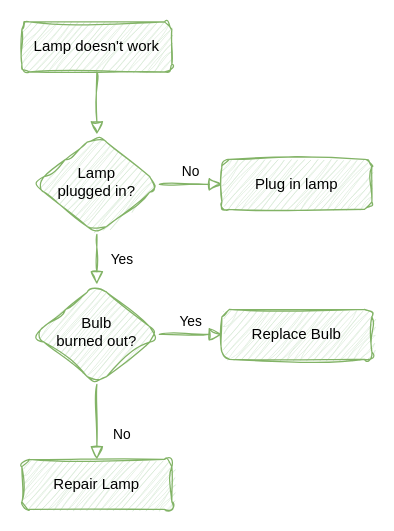
mjg2091864671/my-flow-chart keeps this draw.io diagram as 未命名绘图.drawio. Above is the earlier version. Source tidied: cells renumbered, new cells numbered last; positions are measured from the earlier drawing's top-left corner, leaving out a move shared by most shapes. Both pictures are drawn from the tidied source at 125%, with x=0, y=0 at pixel (21, 21).
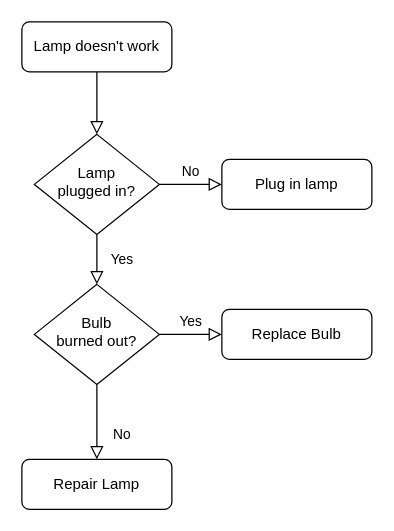
The same page after the edit.

Commit message:
已添加 未命名绘图.drawio

Diff of the diagram source:
```diff
@@
 <mxGraphModel>
   <root>
     <mxCell id="0" />
     <mxCell id="1" parent="0" />
-    <mxCell id="2" style="rounded=1;html=1;jettySize=auto;fontSize=11;endArrow=block;endFill=0;endSize=8;strokeWidth=1;shadow=0;labelBackgroundColor=none;edgeStyle=orthogonalEdgeStyle;fillColor=#d5e8d4;strokeColor=#82b366;sketch=1;curveFitting=1;jiggle=2;" parent="1" edge="1" source="3" target="6">
+    <mxCell id="2" style="rounded=0;html=1;jettySize=auto;fontSize=11;endArrow=block;endFill=0;endSize=8;strokeWidth=1;shadow=0;labelBackgroundColor=none;edgeStyle=orthogonalEdgeStyle;" parent="1" edge="1" source="3" target="6">
       <mxGeometry relative="1" as="geometry" />
     </mxCell>
-    <mxCell id="3" value="Lamp doesn't work" style="rounded=1;whiteSpace=wrap;html=1;fontSize=12;glass=0;strokeWidth=1;shadow=0;fillColor=#d5e8d4;strokeColor=#82b366;sketch=1;curveFitting=1;jiggle=2;" parent="1" vertex="1">
+    <mxCell id="3" value="Lamp doesn't work" style="rounded=1;whiteSpace=wrap;html=1;fontSize=12;glass=0;strokeWidth=1;shadow=0;" parent="1" vertex="1">
       <mxGeometry width="120" height="40" as="geometry" />
     </mxCell>
-    <mxCell id="4" value="Yes" style="rounded=1;html=1;jettySize=auto;fontSize=11;endArrow=block;endFill=0;endSize=8;strokeWidth=1;shadow=0;labelBackgroundColor=none;edgeStyle=orthogonalEdgeStyle;fillColor=#d5e8d4;strokeColor=#82b366;sketch=1;curveFitting=1;jiggle=2;" parent="1" edge="1" source="6" target="10">
+    <mxCell id="4" value="Yes" style="rounded=0;html=1;jettySize=auto;fontSize=11;endArrow=block;endFill=0;endSize=8;strokeWidth=1;shadow=0;labelBackgroundColor=none;edgeStyle=orthogonalEdgeStyle;" parent="1" edge="1" source="6" target="10">
       <mxGeometry y="20" relative="1" as="geometry" />
     </mxCell>
-    <mxCell id="5" value="No" style="edgeStyle=orthogonalEdgeStyle;rounded=1;html=1;jettySize=auto;fontSize=11;endArrow=block;endFill=0;endSize=8;strokeWidth=1;shadow=0;labelBackgroundColor=none;fillColor=#d5e8d4;strokeColor=#82b366;sketch=1;curveFitting=1;jiggle=2;" parent="1" edge="1" source="6" target="7">
+    <mxCell id="5" value="No" style="edgeStyle=orthogonalEdgeStyle;rounded=0;html=1;jettySize=auto;fontSize=11;endArrow=block;endFill=0;endSize=8;strokeWidth=1;shadow=0;labelBackgroundColor=none;" parent="1" edge="1" source="6" target="7">
       <mxGeometry y="10" relative="1" as="geometry" />
     </mxCell>
-    <mxCell id="6" value="Lamp&lt;br&gt;plugged in?" style="rhombus;whiteSpace=wrap;html=1;shadow=0;fontFamily=Helvetica;fontSize=12;align=center;strokeWidth=1;spacing=6;spacingTop=-4;fillColor=#d5e8d4;strokeColor=#82b366;sketch=1;curveFitting=1;jiggle=2;rounded=1;" parent="1" vertex="1">
+    <mxCell id="6" value="Lamp&lt;br&gt;plugged in?" style="rhombus;whiteSpace=wrap;html=1;shadow=0;fontFamily=Helvetica;fontSize=12;align=center;strokeWidth=1;spacing=6;spacingTop=-4;" parent="1" vertex="1">
       <mxGeometry x="10" y="90" width="100" height="80" as="geometry" />
     </mxCell>
-    <mxCell id="7" value="Plug in lamp" style="rounded=1;whiteSpace=wrap;html=1;fontSize=12;glass=0;strokeWidth=1;shadow=0;fillColor=#d5e8d4;strokeColor=#82b366;sketch=1;curveFitting=1;jiggle=2;" parent="1" vertex="1">
+    <mxCell id="7" value="Plug in lamp" style="rounded=1;whiteSpace=wrap;html=1;fontSize=12;glass=0;strokeWidth=1;shadow=0;" parent="1" vertex="1">
       <mxGeometry x="160" y="110" width="120" height="40" as="geometry" />
     </mxCell>
-    <mxCell id="8" value="No" style="rounded=1;html=1;jettySize=auto;fontSize=11;endArrow=block;endFill=0;endSize=8;strokeWidth=1;shadow=0;labelBackgroundColor=none;edgeStyle=orthogonalEdgeStyle;fillColor=#d5e8d4;strokeColor=#82b366;sketch=1;curveFitting=1;jiggle=2;" parent="1" edge="1" source="10" target="11">
+    <mxCell id="8" value="No" style="rounded=0;html=1;jettySize=auto;fontSize=11;endArrow=block;endFill=0;endSize=8;strokeWidth=1;shadow=0;labelBackgroundColor=none;edgeStyle=orthogonalEdgeStyle;" parent="1" edge="1" source="10" target="11">
       <mxGeometry x="0.33" y="20" relative="1" as="geometry" />
     </mxCell>
-    <mxCell id="9" value="Yes" style="edgeStyle=orthogonalEdgeStyle;rounded=1;html=1;jettySize=auto;fontSize=11;endArrow=block;endFill=0;endSize=8;strokeWidth=1;shadow=0;labelBackgroundColor=none;fillColor=#d5e8d4;strokeColor=#82b366;sketch=1;curveFitting=1;jiggle=2;" parent="1" edge="1" source="10" target="12">
+    <mxCell id="9" value="Yes" style="edgeStyle=orthogonalEdgeStyle;rounded=0;html=1;jettySize=auto;fontSize=11;endArrow=block;endFill=0;endSize=8;strokeWidth=1;shadow=0;labelBackgroundColor=none;" parent="1" edge="1" source="10" target="12">
       <mxGeometry y="10" relative="1" as="geometry" />
     </mxCell>
-    <mxCell id="10" value="Bulb&lt;br&gt;burned out?" style="rhombus;whiteSpace=wrap;html=1;shadow=0;fontFamily=Helvetica;fontSize=12;align=center;strokeWidth=1;spacing=6;spacingTop=-4;fillColor=#d5e8d4;strokeColor=#82b366;sketch=1;curveFitting=1;jiggle=2;rounded=1;" parent="1" vertex="1">
+    <mxCell id="10" value="Bulb&lt;br&gt;burned out?" style="rhombus;whiteSpace=wrap;html=1;shadow=0;fontFamily=Helvetica;fontSize=12;align=center;strokeWidth=1;spacing=6;spacingTop=-4;" parent="1" vertex="1">
       <mxGeometry x="10" y="210" width="100" height="80" as="geometry" />
     </mxCell>
-    <mxCell id="11" value="Repair Lamp" style="rounded=1;whiteSpace=wrap;html=1;fontSize=12;glass=0;strokeWidth=1;shadow=0;fillColor=#d5e8d4;strokeColor=#82b366;sketch=1;curveFitting=1;jiggle=2;" parent="1" vertex="1">
+    <mxCell id="11" value="Repair Lamp" style="rounded=1;whiteSpace=wrap;html=1;fontSize=12;glass=0;strokeWidth=1;shadow=0;" parent="1" vertex="1">
       <mxGeometry y="350" width="120" height="40" as="geometry" />
     </mxCell>
-    <mxCell id="12" value="Replace Bulb" style="rounded=1;whiteSpace=wrap;html=1;fontSize=12;glass=0;strokeWidth=1;shadow=0;fillColor=#d5e8d4;strokeColor=#82b366;sketch=1;curveFitting=1;jiggle=2;" parent="1" vertex="1">
+    <mxCell id="12" value="Replace Bulb" style="rounded=1;whiteSpace=wrap;html=1;fontSize=12;glass=0;strokeWidth=1;shadow=0;" parent="1" vertex="1">
       <mxGeometry x="160" y="230" width="120" height="40" as="geometry" />
     </mxCell>
   </root>
 </mxGraphModel>
```
